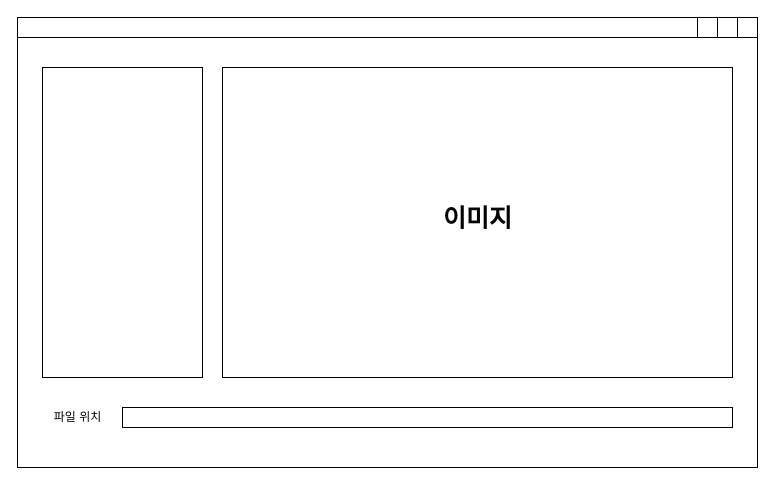
Above: ROI UI 설계.drawio in Hyunmin-Kwak-hub/neighbor21 (draw.io), before the change. Source tidied: cells renumbered, new cells numbered last; positions are measured from the earlier drawing's top-left corner, leaving out a move shared by most shapes. Both pictures are drawn from the tidied source at 100%, with x=0, y=0 at pixel (17, 17).
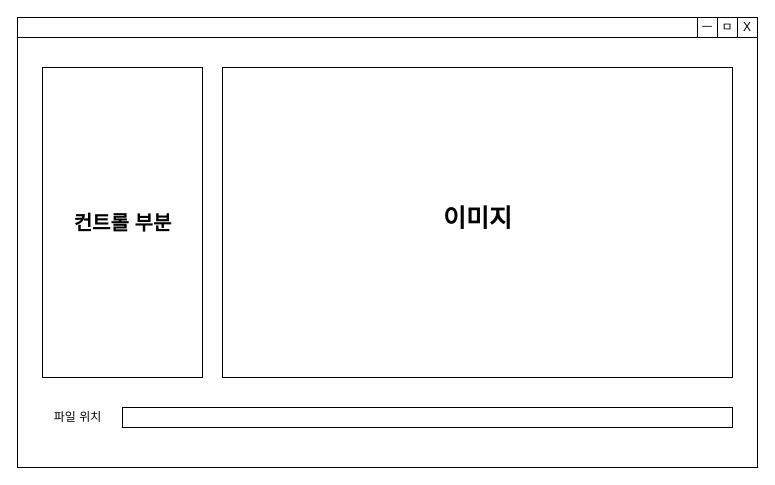
The same page after the edit.

Commit message (it also covers changes not shown here):
ROI UI 설계.drawio 업데이트

Diff of the diagram source:
```diff
@@
 <mxGraphModel>
   <root>
     <mxCell id="0" />
     <mxCell id="1" parent="0" />
     <mxCell id="2" style="rounded=0;whiteSpace=wrap;html=1;" parent="1" vertex="1">
       <mxGeometry width="740" height="450" as="geometry" />
     </mxCell>
     <mxCell id="3" style="rounded=0;whiteSpace=wrap;html=1;" parent="1" vertex="1">
       <mxGeometry x="205" y="50" width="510" height="310" as="geometry" />
     </mxCell>
     <mxCell id="4" style="rounded=0;whiteSpace=wrap;html=1;" parent="1" vertex="1">
       <mxGeometry width="740" height="20" as="geometry" />
     </mxCell>
-    <mxCell id="5" style="whiteSpace=wrap;html=1;" parent="1" vertex="1">
+    <mxCell id="5" value="X" style="whiteSpace=wrap;html=1;" parent="1" vertex="1">
       <mxGeometry x="720" width="20" height="20" as="geometry" />
     </mxCell>
-    <mxCell id="6" style="whiteSpace=wrap;html=1;" parent="1" vertex="1">
+    <mxCell id="6" value="ㅁ" style="whiteSpace=wrap;html=1;" parent="1" vertex="1">
       <mxGeometry x="700" width="20" height="20" as="geometry" />
     </mxCell>
-    <mxCell id="7" style="whiteSpace=wrap;html=1;" parent="1" vertex="1">
+    <mxCell id="7" value="ㅡ" style="whiteSpace=wrap;html=1;" parent="1" vertex="1">
       <mxGeometry x="680" width="20" height="20" as="geometry" />
     </mxCell>
     <mxCell id="8" style="rounded=0;whiteSpace=wrap;html=1;" parent="1" vertex="1">
       <mxGeometry x="25" y="50" width="160" height="310" as="geometry" />
     </mxCell>
     <mxCell id="9" value="이미지" style="text;html=1;align=center;verticalAlign=middle;strokeColor=none;fillColor=none;fontSize=25;fontStyle=1;" parent="1" vertex="1">
       <mxGeometry x="410" y="180" width="100" height="40" as="geometry" />
     </mxCell>
     <mxCell id="10" style="rounded=0;whiteSpace=wrap;html=1;" parent="1" vertex="1">
       <mxGeometry x="105" y="390" width="610" height="20" as="geometry" />
     </mxCell>
     <mxCell id="11" value="파일 위치" style="text;html=1;align=center;verticalAlign=middle;strokeColor=none;fillColor=none;" parent="1" vertex="1">
       <mxGeometry x="25" y="385" width="70" height="30" as="geometry" />
     </mxCell>
+    <mxCell id="12" value="컨트롤 부분" style="text;html=1;align=center;verticalAlign=middle;strokeColor=none;fillColor=none;fontSize=20;fontStyle=1;" parent="1" vertex="1">
+      <mxGeometry x="40" y="185" width="130" height="40" as="geometry" />
+    </mxCell>
   </root>
 </mxGraphModel>
```
